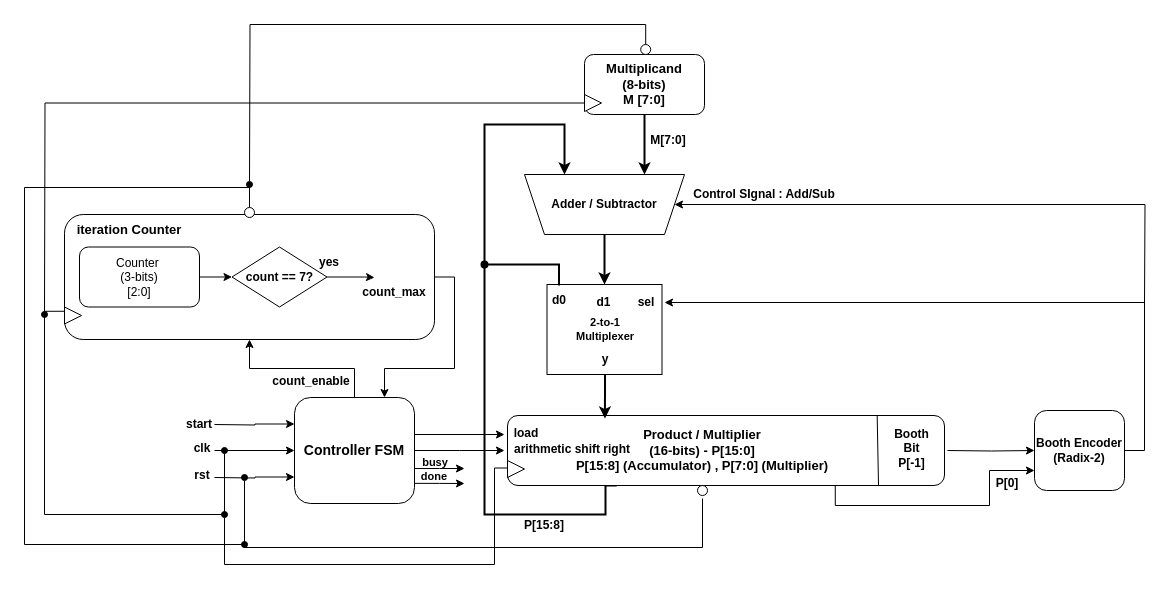
Above: docs/Datapath/datapath.drawio in Mmamoonn/8bit_signed_radix2_booth_multiplier (draw.io), before the change. Source tidied: cells renumbered, new cells numbered last; positions are measured from the earlier drawing's top-left corner, leaving out a move shared by most shapes. Both pictures are drawn from the tidied source at 100%, with x=0, y=0 at pixel (24, 44).
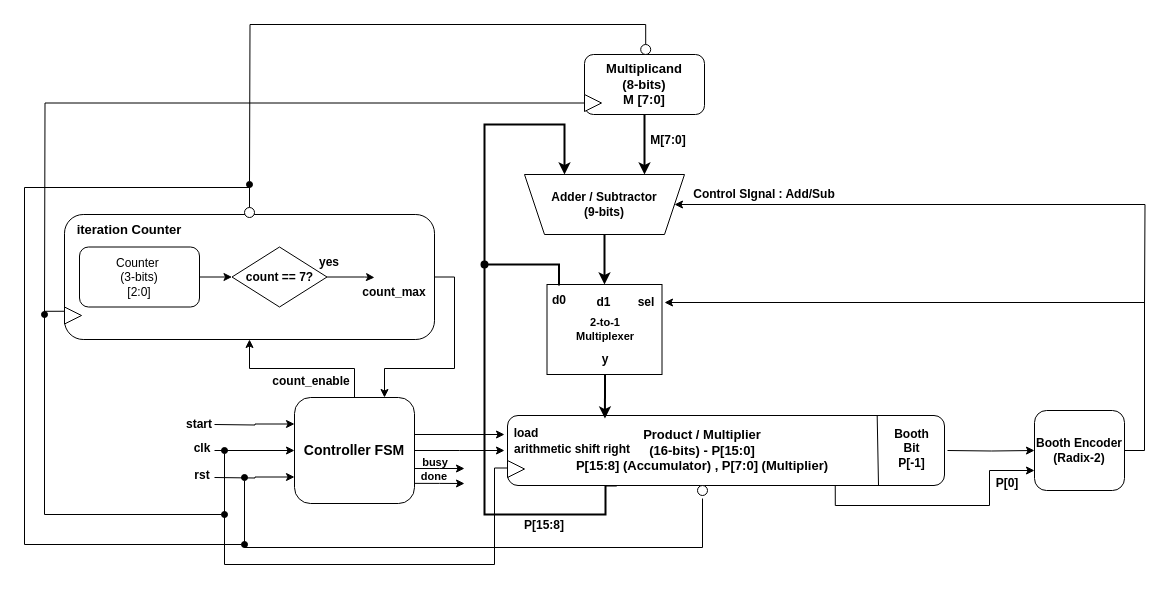
Above is the later version.

Diff of the diagram source:
```diff
@@
-    <mxCell id="12" value="&lt;b&gt;Adder / Subtractor&lt;/b&gt;" style="text;html=1;whiteSpace=wrap;strokeColor=none;fillColor=none;align=center;verticalAlign=middle;rounded=0;" parent="1" vertex="1">
+    <mxCell id="12" value="&lt;b&gt;Adder / Subtractor&lt;/b&gt;&lt;div&gt;&lt;b&gt;(9-bits)&lt;/b&gt;&lt;/div&gt;" style="text;html=1;whiteSpace=wrap;strokeColor=none;fillColor=none;align=center;verticalAlign=middle;rounded=0;" parent="1" vertex="1">
       <mxGeometry x="525" y="145" width="110" height="30" as="geometry" />
     </mxCell>
```
